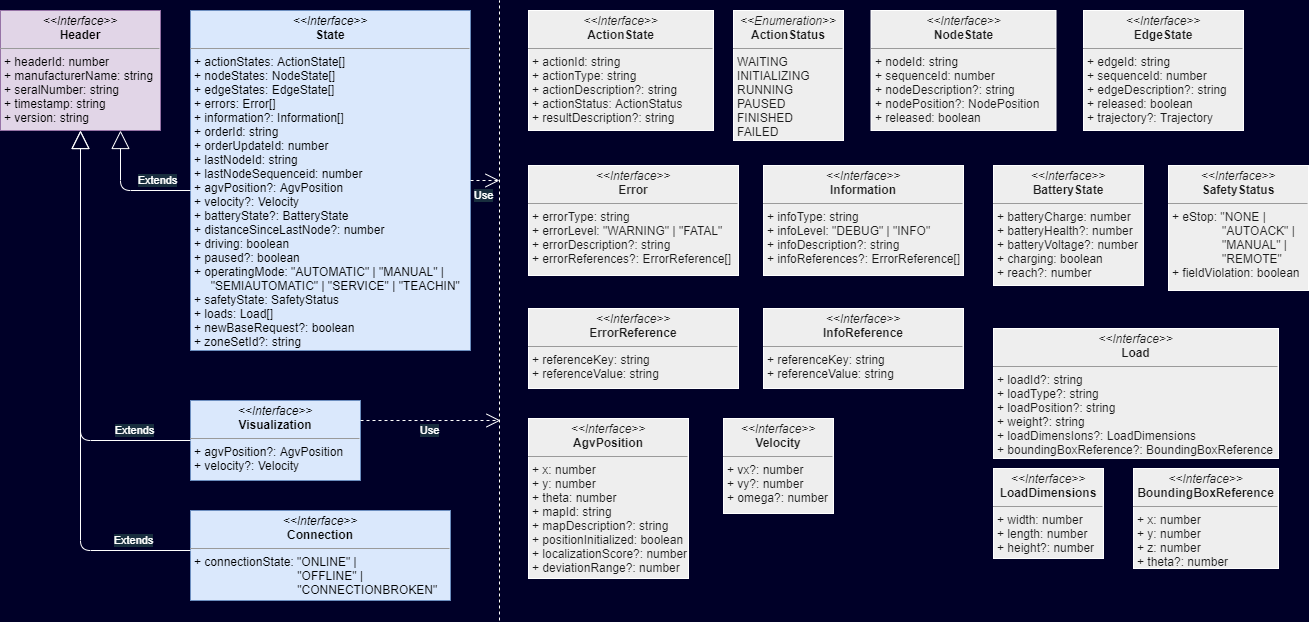
Before: docs/slides/vda-5050-uml-vda-5050-object-types-2.png, a diagram exported from draw.io (coatyio/vda-5050-lib.js). Source tidied: cells renumbered, new cells last; positions are measured from the earlier drawing's top-left corner, leaving out a move shared by most shapes.
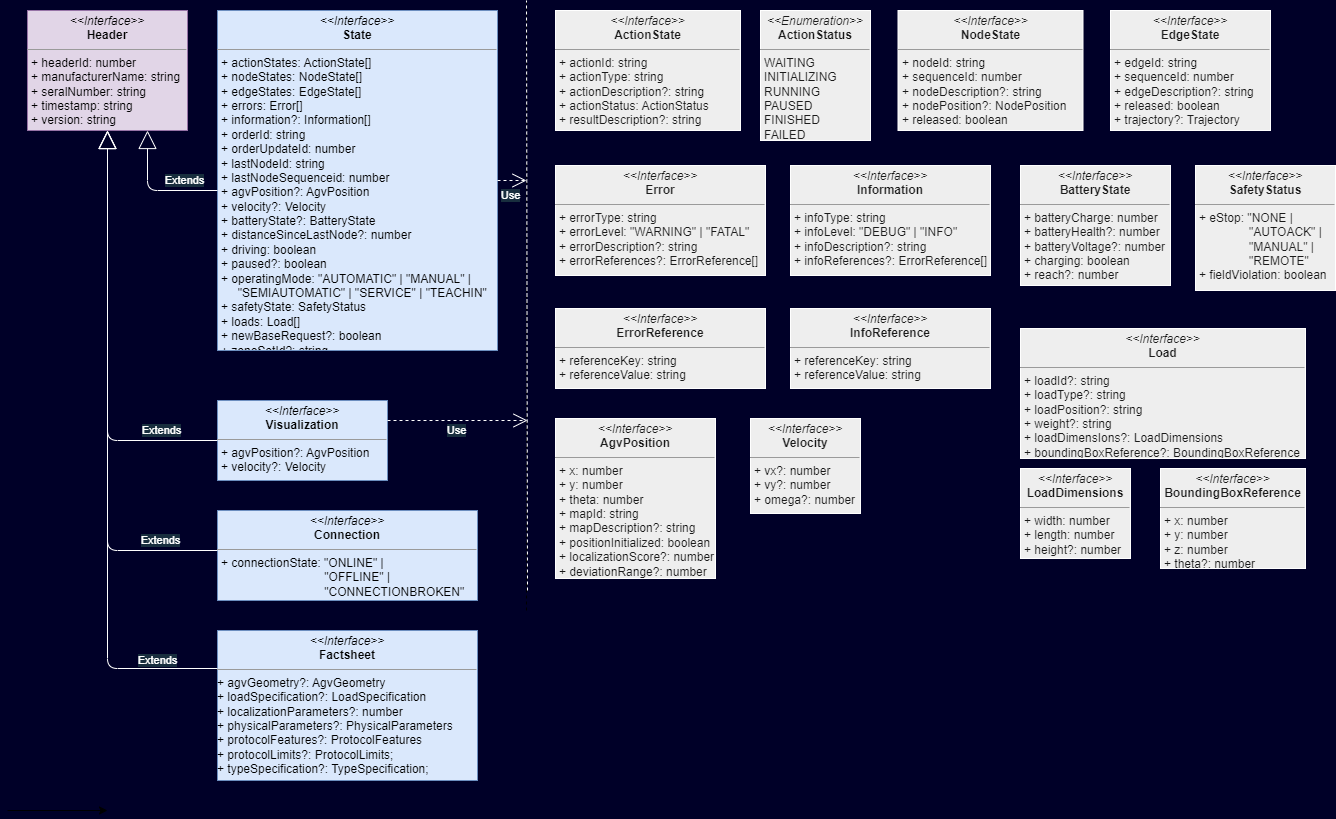
Later version of the same file.

What changed in the source:
```diff
@@ -102,7 +102,7 @@
     </mxCell>
     <mxCell id="26" style="endArrow=none;dashed=1;html=1;strokeColor=#FFFFFF;" parent="1" edge="1">
       <mxGeometry relative="1" as="geometry">
-        <mxPoint x="499" y="620" as="sourcePoint" />
+        <mxPoint x="500" y="590" as="sourcePoint" />
         <mxPoint x="499" as="targetPoint" />
       </mxGeometry>
     </mxCell>
@@ -111,5 +111,24 @@
         <mxPoint x="499" y="180" as="targetPoint" />
       </mxGeometry>
     </mxCell>
+    <mxCell id="28" value="&lt;p style=&quot;margin: 0px ; margin-top: 4px ; text-align: center&quot;&gt;&lt;i&gt;&amp;lt;&amp;lt;Interface&amp;gt;&amp;gt;&lt;/i&gt;&lt;br&gt;&lt;b&gt;Factsheet&lt;/b&gt;&lt;/p&gt;&lt;hr size=&quot;1&quot;&gt;&lt;p style=&quot;margin: 0px 0px 0px 4px&quot;&gt;&lt;/p&gt;+ agvGeometry?: AgvGeometry&lt;br&gt;+&amp;nbsp;loadSpecification?: LoadSpecification&lt;br&gt;+ localizationParameters?: number&lt;br&gt;+ physicalParameters?: PhysicalParameters&lt;br&gt;+ protocolFeatures?: ProtocolFeatures&lt;br&gt;+&amp;nbsp;protocolLimits?: ProtocolLimits;&lt;br&gt;+&amp;nbsp;typeSpecification?: TypeSpecification;" style="verticalAlign=top;align=left;overflow=fill;fontSize=12;fontFamily=Helvetica;html=1;fillColor=#dae8fc;strokeColor=#6c8ebf;" parent="1" vertex="1">
+      <mxGeometry x="190" y="630" width="260" height="150" as="geometry" />
+    </mxCell>
+    <mxCell id="29" value="Extends" style="endArrow=block;endSize=16;endFill=0;html=1;shadow=0;exitX=0.5;exitY=0;exitDx=0;exitDy=0;labelBackgroundColor=#182E3E;strokeColor=#FFFFFF;fontColor=#FFFFFF;jumpStyle=none;" parent="1" edge="1">
+      <mxGeometry x="-0.81" y="-8" relative="1" as="geometry">
+        <mxPoint x="190" y="668" as="sourcePoint" />
+        <mxPoint x="80" y="130" as="targetPoint" />
+        <Array as="points">
+          <mxPoint x="190" y="668" />
+          <mxPoint x="80" y="668" />
+        </Array>
+      </mxGeometry>
+    </mxCell>
+    <mxCell id="30" style="edgeStyle=none;orthogonalLoop=1;jettySize=auto;html=1;rounded=0;" parent="1" edge="1">
+      <mxGeometry relative="1" as="geometry">
+        <mxPoint x="-20" y="810" as="sourcePoint" />
+        <mxPoint x="80" y="810" as="targetPoint" />
+      </mxGeometry>
+    </mxCell>
   </root>
 </mxGraphModel>
```
